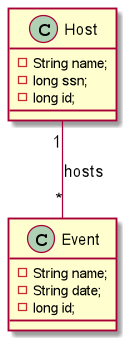
The PlantUML diagram asciidoc/images/cld.png in 2122-5ahitm-sew/01-microproject-sknogler, before a commit. Source of this version:
```plantuml
@startuml

class Event{
  - String name;
  - String date;
  - long id;
}

class Host{
  - String name;
  - long ssn;
  - long id;
}

Host "1" -- "*" Event : hosts

@enduml
```
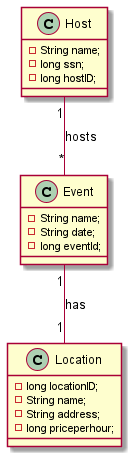
Above is the later version.

The edit, as a diff of the source:
```diff
@@ -3,15 +3,23 @@
 class Event{
   - String name;
   - String date;
-  - long id;
+  - long eventId;
 }
 
 class Host{
   - String name;
   - long ssn;
-  - long id;
+  - long hostID;
+}
+
+class Location{
+  - long locationID;
+  - String name;
+  - String address;
+  - long priceperhour;
 }
 
 Host "1" -- "*" Event : hosts
+Event "1" == "1" Location : has
 
 @enduml
```
